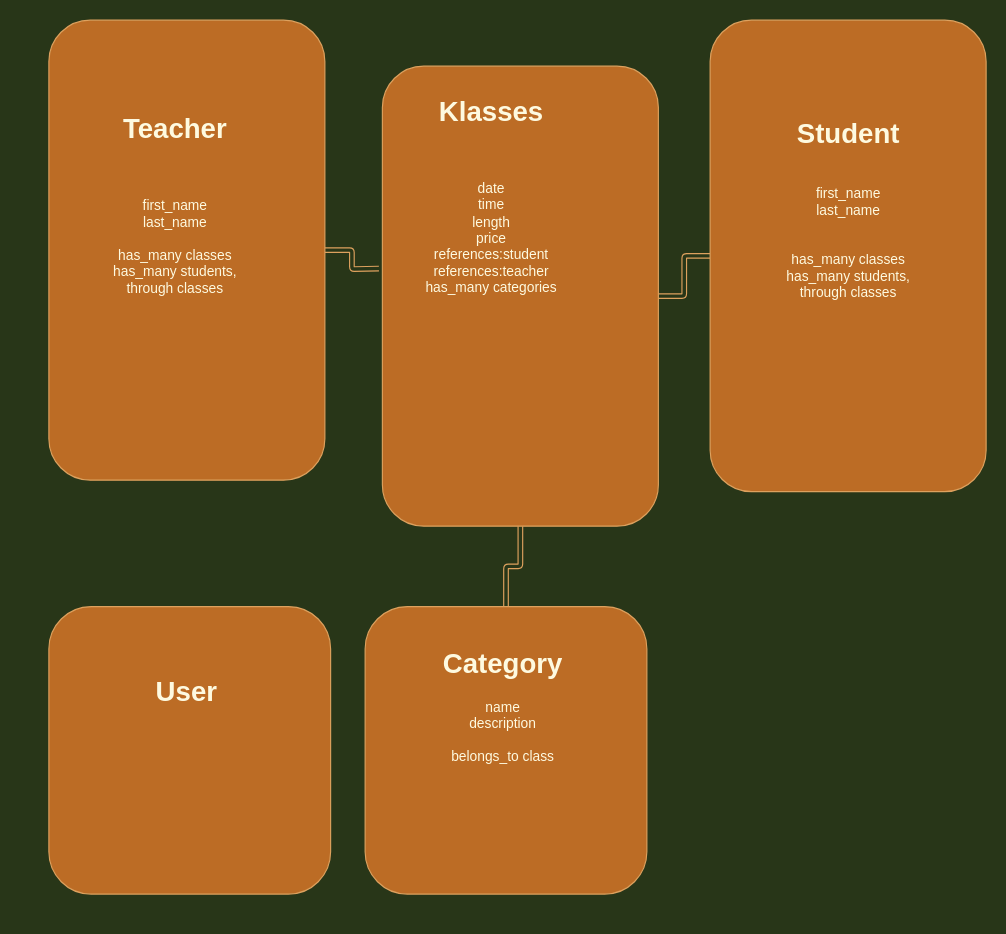
Earlier version of the draw.io diagram PLAN.drawio (Zacharyflynn06/flow). Source tidied: cells renumbered, new cells numbered last; positions are measured from the earlier drawing's top-left corner, leaving out a move shared by most shapes. Both pictures are drawn from the tidied source at 115%, with x=0, y=0 at pixel (20, 20).
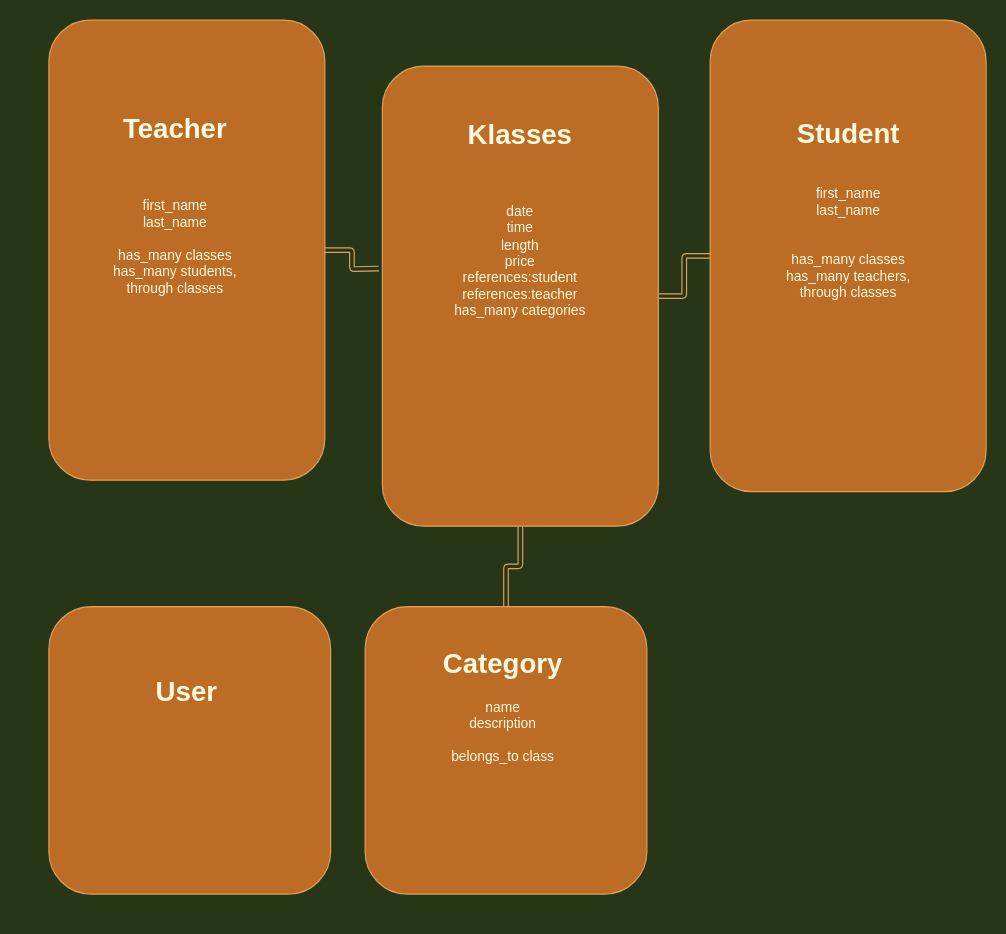
The same diagram, later.

Change to the diagram source:
```diff
@@
 <mxGraphModel background="#283618">
   <root>
     <mxCell id="0" />
     <mxCell id="1" parent="0" />
     <mxCell id="2" style="rounded=1;sketch=0;jettySize=auto;html=1;strokeColor=#DDA15E;fillColor=#BC6C25;fontColor=#FEFAE0;shape=link;edgeStyle=orthogonalEdgeStyle;" parent="1" edge="1" source="3">
       <mxGeometry relative="1" as="geometry">
         <mxPoint x="312" y="216" as="targetPoint" />
       </mxGeometry>
     </mxCell>
     <mxCell id="3" style="rounded=1;whiteSpace=wrap;html=1;sketch=0;strokeColor=#DDA15E;fillColor=#BC6C25;fontColor=#FEFAE0;" parent="1" vertex="1">
       <mxGeometry x="25" width="240" height="400" as="geometry" />
     </mxCell>
     <mxCell id="4" style="edgeStyle=orthogonalEdgeStyle;curved=0;rounded=1;sketch=0;jettySize=auto;html=1;strokeColor=#DDA15E;fillColor=#BC6C25;fontColor=#FEFAE0;shape=link;" parent="1" edge="1" source="5" target="7">
       <mxGeometry relative="1" as="geometry" />
     </mxCell>
     <mxCell id="5" style="rounded=1;whiteSpace=wrap;html=1;sketch=0;strokeColor=#DDA15E;fillColor=#BC6C25;fontColor=#FEFAE0;" parent="1" vertex="1">
       <mxGeometry x="600" width="240" height="410" as="geometry" />
     </mxCell>
     <mxCell id="6" style="edgeStyle=orthogonalEdgeStyle;shape=link;rounded=1;sketch=0;jettySize=auto;html=1;strokeColor=#DDA15E;fillColor=#BC6C25;fontColor=#FEFAE0;" parent="1" edge="1" source="7" target="10">
       <mxGeometry relative="1" as="geometry" />
     </mxCell>
     <mxCell id="7" style="rounded=1;whiteSpace=wrap;html=1;sketch=0;strokeColor=#DDA15E;fillColor=#BC6C25;fontColor=#FEFAE0;" parent="1" vertex="1">
       <mxGeometry x="315" y="40" width="240" height="400" as="geometry" />
     </mxCell>
     <mxCell id="8" value="&lt;h1&gt;Klasses&lt;/h1&gt;&lt;div&gt;&lt;br&gt;&lt;/div&gt;&lt;div&gt;&lt;br&gt;&lt;/div&gt;&lt;div&gt;date&lt;/div&gt;&lt;div&gt;time&lt;/div&gt;&lt;div&gt;length&lt;/div&gt;&lt;div&gt;price&lt;/div&gt;&lt;div&gt;references:student&lt;/div&gt;&lt;div&gt;references:teacher&lt;/div&gt;&lt;div&gt;has_many categories&lt;/div&gt;&lt;div&gt;&lt;br&gt;&lt;/div&gt;&lt;div style=&quot;text-align: left&quot;&gt;&lt;br&gt;&lt;/div&gt;" style="text;html=1;strokeColor=none;fillColor=none;spacing=5;spacingTop=-20;whiteSpace=wrap;overflow=hidden;rounded=0;sketch=0;fontColor=#FEFAE0;align=center;" parent="1" vertex="1">
-      <mxGeometry x="275" y="60" width="270" height="340" as="geometry" />
+      <mxGeometry x="300" y="80" width="270" height="340" as="geometry" />
     </mxCell>
-    <mxCell id="9" value="&lt;br&gt;&lt;br&gt;&lt;h1&gt;Student&lt;/h1&gt;&lt;div&gt;&lt;br&gt;&lt;/div&gt;&lt;div&gt;first_name&lt;/div&gt;&lt;div&gt;last_name&lt;/div&gt;&lt;div&gt;&lt;br&gt;&lt;/div&gt;&lt;div&gt;&lt;br&gt;&lt;/div&gt;&lt;div&gt;has_many classes&lt;/div&gt;&lt;div&gt;has_many students,&lt;br&gt;&lt;/div&gt;&lt;div&gt;through classes&lt;/div&gt;&lt;div&gt;&lt;br&gt;&lt;/div&gt;&lt;div&gt;&lt;br&gt;&lt;/div&gt;&lt;div style=&quot;text-align: left&quot;&gt;&lt;br style=&quot;color: rgb(254 , 250 , 224) ; font-family: &amp;#34;helvetica&amp;#34; ; font-size: 12px ; font-style: normal ; font-weight: 400 ; letter-spacing: normal ; text-align: left ; text-indent: 0px ; text-transform: none ; word-spacing: 0px ; background-color: rgb(248 , 249 , 250)&quot;&gt;&lt;br&gt;&lt;br&gt;&lt;/div&gt;" style="text;html=1;strokeColor=none;fillColor=none;spacing=5;spacingTop=-20;whiteSpace=wrap;overflow=hidden;rounded=0;sketch=0;fontColor=#FEFAE0;align=center;" parent="1" vertex="1">
+    <mxCell id="9" value="&lt;br&gt;&lt;br&gt;&lt;h1&gt;Student&lt;/h1&gt;&lt;div&gt;&lt;br&gt;&lt;/div&gt;&lt;div&gt;first_name&lt;/div&gt;&lt;div&gt;last_name&lt;/div&gt;&lt;div&gt;&lt;br&gt;&lt;/div&gt;&lt;div&gt;&lt;br&gt;&lt;/div&gt;&lt;div&gt;has_many classes&lt;/div&gt;&lt;div&gt;has_many teachers,&lt;br&gt;&lt;/div&gt;&lt;div&gt;through classes&lt;/div&gt;&lt;div&gt;&lt;br&gt;&lt;/div&gt;&lt;div&gt;&lt;br&gt;&lt;/div&gt;&lt;div style=&quot;text-align: left&quot;&gt;&lt;br style=&quot;color: rgb(254 , 250 , 224) ; font-family: &amp;#34;helvetica&amp;#34; ; font-size: 12px ; font-style: normal ; font-weight: 400 ; letter-spacing: normal ; text-align: left ; text-indent: 0px ; text-transform: none ; word-spacing: 0px ; background-color: rgb(248 , 249 , 250)&quot;&gt;&lt;br&gt;&lt;br&gt;&lt;/div&gt;" style="text;html=1;strokeColor=none;fillColor=none;spacing=5;spacingTop=-20;whiteSpace=wrap;overflow=hidden;rounded=0;sketch=0;fontColor=#FEFAE0;align=center;" parent="1" vertex="1">
       <mxGeometry x="642.5" y="50" width="155" height="280" as="geometry" />
     </mxCell>
     <mxCell id="10" style="rounded=1;whiteSpace=wrap;html=1;sketch=0;strokeColor=#DDA15E;fillColor=#BC6C25;fontColor=#FEFAE0;" parent="1" vertex="1">
       <mxGeometry x="300" y="510" width="245" height="250" as="geometry" />
     </mxCell>
     <mxCell id="11" value="&lt;h1&gt;Category&lt;/h1&gt;&lt;div&gt;name&lt;/div&gt;&lt;div&gt;description&lt;/div&gt;&lt;div&gt;&lt;br&gt;&lt;/div&gt;&lt;div&gt;belongs_to class&lt;/div&gt;" style="text;html=1;strokeColor=none;fillColor=none;spacing=5;spacingTop=-20;whiteSpace=wrap;overflow=hidden;rounded=0;sketch=0;fontColor=#FEFAE0;align=center;" parent="1" vertex="1">
       <mxGeometry x="320" y="540" width="200" height="140" as="geometry" />
     </mxCell>
     <mxCell id="12" value="&lt;h1&gt;Teacher&lt;/h1&gt;&lt;div&gt;&lt;br&gt;&lt;/div&gt;&lt;div&gt;&lt;br&gt;&lt;/div&gt;&lt;div&gt;first_name&lt;/div&gt;&lt;div&gt;last_name&lt;/div&gt;&lt;div&gt;&lt;br&gt;&lt;/div&gt;&lt;div&gt;has_many classes&lt;/div&gt;&lt;div&gt;has_many students,&lt;br&gt;&lt;/div&gt;&lt;div&gt;through classes&lt;/div&gt;&lt;div&gt;&lt;br&gt;&lt;/div&gt;&lt;div&gt;&lt;br&gt;&lt;/div&gt;&lt;div style=&quot;text-align: left&quot;&gt;&lt;br&gt;&lt;/div&gt;" style="text;html=1;strokeColor=none;fillColor=none;spacing=5;spacingTop=-20;whiteSpace=wrap;overflow=hidden;rounded=0;sketch=0;fontColor=#FEFAE0;align=center;" parent="1" vertex="1">
       <mxGeometry y="75" width="270" height="340" as="geometry" />
     </mxCell>
     <mxCell id="13" style="edgeStyle=orthogonalEdgeStyle;shape=link;rounded=1;sketch=0;orthogonalLoop=1;jettySize=auto;html=1;exitX=0.5;exitY=1;exitDx=0;exitDy=0;strokeColor=#DDA15E;fillColor=#BC6C25;fontColor=#FEFAE0;" parent="1" edge="1" source="10" target="10">
       <mxGeometry relative="1" as="geometry" />
     </mxCell>
     <mxCell id="14" style="rounded=1;whiteSpace=wrap;html=1;sketch=0;strokeColor=#DDA15E;fillColor=#BC6C25;fontColor=#FEFAE0;" parent="1" vertex="1">
       <mxGeometry x="25" y="510" width="245" height="250" as="geometry" />
     </mxCell>
     <mxCell id="15" value="&lt;h1&gt;User&lt;/h1&gt;&lt;div&gt;&lt;br&gt;&lt;/div&gt;" style="text;html=1;strokeColor=none;fillColor=none;spacing=5;spacingTop=-20;whiteSpace=wrap;overflow=hidden;rounded=0;sketch=0;fontColor=#FEFAE0;align=center;" parent="1" vertex="1">
       <mxGeometry x="45" y="565" width="200" height="140" as="geometry" />
     </mxCell>
   </root>
 </mxGraphModel>
```
